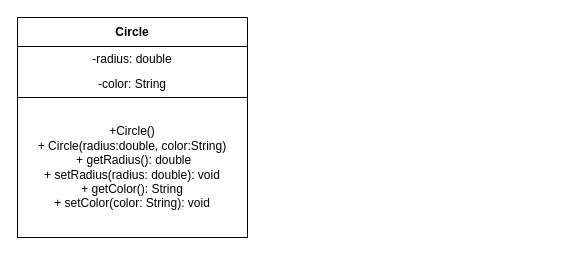
Earlier version of the draw.io diagram src/ss6_ke_thua/Lớp Circle và Cylinder.drawio (hongochieu/java-module2). Source tidied: cells renumbered, new cells numbered last; positions are measured from the earlier drawing's top-left corner, leaving out a move shared by most shapes. Both pictures are drawn from the tidied source at 100%, with x=0, y=0 at pixel (17, 17).
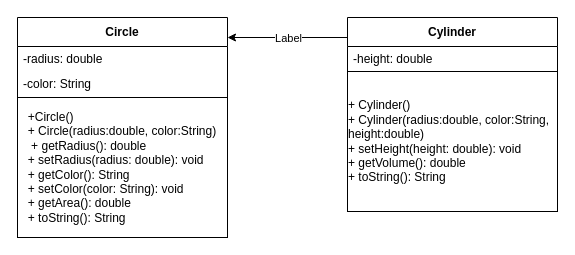
The same page after the edit.

Commit message (it also covers changes not shown here):
Cập nhật Lớp Circle và Cylinder.drawio

The edit, as a diff of the source:
```diff
@@
 <mxGraphModel>
   <root>
     <mxCell id="0" />
     <mxCell id="1" parent="0" />
     <mxCell id="2" value="Circle" style="swimlane;fontStyle=1;align=center;verticalAlign=middle;horizontal=1;startSize=29;html=1;whiteSpace=wrap;" parent="1" vertex="1">
-      <mxGeometry width="230" height="80" as="geometry" />
+      <mxGeometry width="210" height="80" as="geometry" />
     </mxCell>
-    <mxCell id="3" value="-radius: double" style="text;html=1;strokeColor=none;fillColor=none;align=center;verticalAlign=middle;spacingLeft=4;spacingRight=4;overflow=hidden;whiteSpace=wrap;" parent="2" vertex="1">
-      <mxGeometry y="29" width="230" height="25" as="geometry" />
+    <mxCell id="3" value="-radius: double" style="text;html=1;strokeColor=none;fillColor=none;align=left;verticalAlign=middle;spacingLeft=4;spacingRight=4;overflow=hidden;whiteSpace=wrap;" parent="2" vertex="1">
+      <mxGeometry y="29" width="210" height="25" as="geometry" />
     </mxCell>
-    <mxCell id="4" value="-color: String" style="text;html=1;strokeColor=none;fillColor=none;align=center;verticalAlign=middle;spacingLeft=4;spacingRight=4;overflow=hidden;whiteSpace=wrap;" parent="2" vertex="1">
-      <mxGeometry y="54" width="230" height="26" as="geometry" />
+    <mxCell id="4" value="-color: String" style="text;html=1;strokeColor=none;fillColor=none;align=left;verticalAlign=middle;spacingLeft=4;spacingRight=4;overflow=hidden;whiteSpace=wrap;" parent="2" vertex="1">
+      <mxGeometry y="54" width="210" height="26" as="geometry" />
     </mxCell>
-    <mxCell id="5" value="+Circle()&lt;div&gt;+ Circle(radius:double, color:String)&lt;/div&gt;&lt;div&gt;&amp;nbsp;+ getRadius(): double&lt;/div&gt;&lt;div&gt;+ setRadius(radius: double): void&lt;/div&gt;&lt;div&gt;+ getColor(): String&lt;/div&gt;&lt;div&gt;+ setColor(color: String): void&lt;/div&gt;" style="html=1;whiteSpace=wrap;" parent="1" vertex="1">
-      <mxGeometry y="80" width="230" height="140" as="geometry" />
+    <mxCell id="5" value="&lt;div style=&quot;text-align: left;&quot;&gt;&lt;span style=&quot;background-color: transparent; color: light-dark(rgb(0, 0, 0), rgb(255, 255, 255));&quot;&gt;+Circle()&lt;/span&gt;&lt;/div&gt;&lt;div style=&quot;text-align: left;&quot;&gt;+ Circle(radius:double, color:String)&lt;/div&gt;&lt;div style=&quot;text-align: left;&quot;&gt;&amp;nbsp;+ getRadius(): double&lt;/div&gt;&lt;div style=&quot;text-align: left;&quot;&gt;+ setRadius(radius: double): void&lt;/div&gt;&lt;div style=&quot;text-align: left;&quot;&gt;+ getColor(): String&lt;/div&gt;&lt;div style=&quot;text-align: left;&quot;&gt;+ setColor(color: String): void&lt;/div&gt;&lt;div style=&quot;text-align: left;&quot;&gt;+ getArea(): double&lt;/div&gt;&lt;div style=&quot;text-align: left;&quot;&gt;&lt;span style=&quot;background-color: transparent;&quot;&gt;+ toString(): String&lt;/span&gt;&lt;br&gt;&lt;/div&gt;" style="html=1;whiteSpace=wrap;" parent="1" vertex="1">
+      <mxGeometry y="80" width="210" height="140" as="geometry" />
     </mxCell>
+    <mxCell id="6" style="endArrow=classic;html=1;rounded=0;" parent="1" edge="1">
+      <mxGeometry relative="1" as="geometry">
+        <mxPoint x="330" y="20" as="sourcePoint" />
+        <mxPoint x="210" y="20" as="targetPoint" />
+      </mxGeometry>
+    </mxCell>
+    <mxCell id="7" value="Label" style="edgeLabel;html=1;align=center;verticalAlign=middle;" parent="6" vertex="1">
+      <mxGeometry relative="1" as="geometry" />
+    </mxCell>
+    <mxCell id="8" value="Cylinder" style="swimlane;fontStyle=1;align=center;verticalAlign=middle;horizontal=1;startSize=29;html=1;whiteSpace=wrap;" parent="1" vertex="1">
+      <mxGeometry x="330" width="210" height="54" as="geometry" />
+    </mxCell>
+    <mxCell id="9" value="-height: double" style="text;html=1;strokeColor=none;fillColor=none;align=left;verticalAlign=middle;spacingLeft=4;spacingRight=4;overflow=hidden;whiteSpace=wrap;" parent="8" vertex="1">
+      <mxGeometry y="29" width="210" height="25" as="geometry" />
+    </mxCell>
+    <mxCell id="10" value="&lt;div style=&quot;text-align: left;&quot;&gt;+ Cylinder()&amp;nbsp;&lt;/div&gt;&lt;div style=&quot;text-align: left;&quot;&gt;+ Cylinder(radius:double, color:String, height:double)&lt;/div&gt;&lt;div style=&quot;text-align: left;&quot;&gt;+ setHeight(height: double): void&lt;/div&gt;&lt;div style=&quot;text-align: left;&quot;&gt;+ getVolume(): double&lt;/div&gt;&lt;div style=&quot;text-align: left;&quot;&gt;+ toString(): String&lt;/div&gt;" style="html=1;whiteSpace=wrap;" parent="1" vertex="1">
+      <mxGeometry x="330" y="54" width="210" height="140" as="geometry" />
+    </mxCell>
   </root>
 </mxGraphModel>
```
